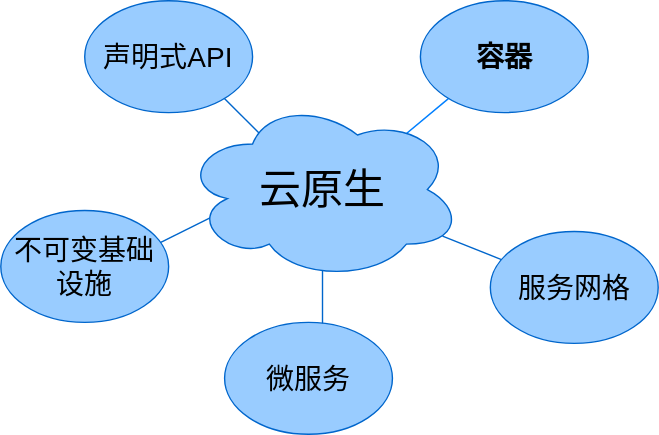
Above: test/未命名绘图.drawio.svg in YunZh1Jun/tmp (draw.io), before the change. Source tidied: cells renumbered, new cells last; positions are measured from the earlier drawing's top-left corner, leaving out a move shared by most shapes. Source of this version:
```xml
<mxGraphModel>
  <root>
    <mxCell id="0" />
    <mxCell id="1" parent="0" />
    <mxCell id="2" style="endArrow=none;html=1;rounded=0;strokeColor=#007FFF;" parent="1" edge="1">
      <mxGeometry relative="1" as="geometry">
        <mxPoint x="260" y="120" as="sourcePoint" />
        <mxPoint x="320" y="70" as="targetPoint" />
      </mxGeometry>
    </mxCell>
    <mxCell id="3" style="endArrow=none;html=1;rounded=0;strokeColor=#0066CC;" parent="1" edge="1">
      <mxGeometry relative="1" as="geometry">
        <mxPoint x="190" y="100" as="sourcePoint" />
        <mxPoint x="140" y="50" as="targetPoint" />
      </mxGeometry>
    </mxCell>
    <mxCell id="4" style="endArrow=none;html=1;rounded=0;strokeColor=#0066CC;" parent="1" edge="1">
      <mxGeometry relative="1" as="geometry">
        <mxPoint x="100" y="180" as="sourcePoint" />
        <mxPoint x="160" y="150" as="targetPoint" />
      </mxGeometry>
    </mxCell>
    <mxCell id="5" style="endArrow=none;html=1;rounded=0;strokeColor=#0066CC;" parent="1" edge="1">
      <mxGeometry relative="1" as="geometry">
        <mxPoint x="230" y="240" as="sourcePoint" />
        <mxPoint x="230" y="190" as="targetPoint" />
      </mxGeometry>
    </mxCell>
    <mxCell id="6" style="endArrow=none;html=1;rounded=0;strokeColor=#0066CC;" parent="1" edge="1" source="12" target="8">
      <mxGeometry relative="1" as="geometry" />
    </mxCell>
    <mxCell id="7" value="&lt;font style=&quot;font-size: 20px;&quot;&gt;声明式API&lt;/font&gt;" style="ellipse;whiteSpace=wrap;html=1;fillColor=#99CCFF;strokeColor=#0066CC;" parent="1" vertex="1">
      <mxGeometry x="60" width="120" height="80" as="geometry" />
    </mxCell>
    <mxCell id="8" value="&lt;font style=&quot;font-size: 30px;&quot;&gt;云原生&lt;/font&gt;" style="ellipse;shape=cloud;whiteSpace=wrap;html=1;fillColor=#99CCFF;strokeColor=#0066CC;" parent="1" vertex="1">
      <mxGeometry x="130" y="70" width="200" height="130" as="geometry" />
    </mxCell>
    <mxCell id="9" value="&lt;font style=&quot;font-size: 20px;&quot;&gt;不可变基础设施&lt;/font&gt;" style="ellipse;whiteSpace=wrap;html=1;fillColor=#99CCFF;strokeColor=#0066CC;" parent="1" vertex="1">
      <mxGeometry y="150" width="120" height="80" as="geometry" />
    </mxCell>
    <mxCell id="10" value="&lt;font style=&quot;font-size: 20px;&quot;&gt;&lt;b&gt;容器&lt;/b&gt;&lt;/font&gt;" style="ellipse;whiteSpace=wrap;html=1;fillColor=#99CCFF;strokeColor=#0066CC;" parent="1" vertex="1">
      <mxGeometry x="300" width="120" height="80" as="geometry" />
    </mxCell>
    <mxCell id="11" value="&lt;font style=&quot;font-size: 20px;&quot;&gt;微服务&lt;/font&gt;" style="ellipse;whiteSpace=wrap;html=1;fillColor=#99CCFF;strokeColor=#0066CC;" parent="1" vertex="1">
      <mxGeometry x="160" y="230" width="120" height="80" as="geometry" />
    </mxCell>
    <mxCell id="12" value="&lt;font style=&quot;font-size: 20px;&quot;&gt;服务网格&lt;/font&gt;" style="ellipse;whiteSpace=wrap;html=1;strokeColor=#0066CC;fillColor=#99CCFF;" parent="1" vertex="1">
      <mxGeometry x="350" y="165" width="120" height="80" as="geometry" />
    </mxCell>
  </root>
</mxGraphModel>
```
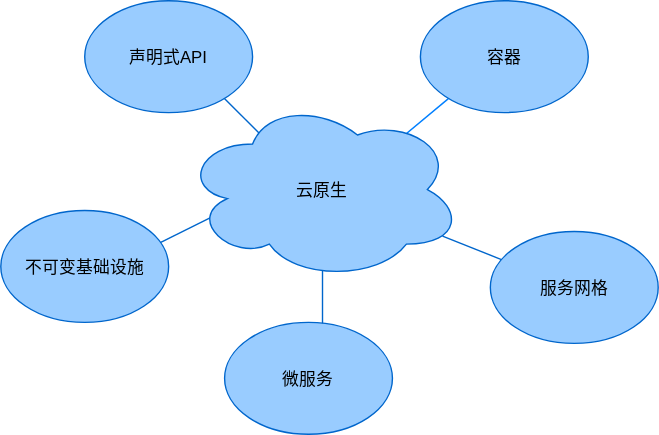
After the commit.

Commit message:
更新未命名绘图.drawio.svg

Change to the diagram source:
```diff
@@ -2,49 +2,49 @@
   <root>
     <mxCell id="0" />
     <mxCell id="1" parent="0" />
-    <mxCell id="2" style="endArrow=none;html=1;rounded=0;strokeColor=#007FFF;" parent="1" edge="1">
+    <mxCell id="2" style="endArrow=none;rounded=0;strokeColor=#007FFF;" parent="1" edge="1">
       <mxGeometry relative="1" as="geometry">
         <mxPoint x="260" y="120" as="sourcePoint" />
         <mxPoint x="320" y="70" as="targetPoint" />
       </mxGeometry>
     </mxCell>
-    <mxCell id="3" style="endArrow=none;html=1;rounded=0;strokeColor=#0066CC;" parent="1" edge="1">
+    <mxCell id="3" style="endArrow=none;rounded=0;strokeColor=#0066CC;" parent="1" edge="1">
       <mxGeometry relative="1" as="geometry">
         <mxPoint x="190" y="100" as="sourcePoint" />
         <mxPoint x="140" y="50" as="targetPoint" />
       </mxGeometry>
     </mxCell>
-    <mxCell id="4" style="endArrow=none;html=1;rounded=0;strokeColor=#0066CC;" parent="1" edge="1">
+    <mxCell id="4" style="endArrow=none;rounded=0;strokeColor=#0066CC;" parent="1" edge="1">
       <mxGeometry relative="1" as="geometry">
         <mxPoint x="100" y="180" as="sourcePoint" />
         <mxPoint x="160" y="150" as="targetPoint" />
       </mxGeometry>
     </mxCell>
-    <mxCell id="5" style="endArrow=none;html=1;rounded=0;strokeColor=#0066CC;" parent="1" edge="1">
+    <mxCell id="5" style="endArrow=none;rounded=0;strokeColor=#0066CC;" parent="1" edge="1">
       <mxGeometry relative="1" as="geometry">
         <mxPoint x="230" y="240" as="sourcePoint" />
         <mxPoint x="230" y="190" as="targetPoint" />
       </mxGeometry>
     </mxCell>
-    <mxCell id="6" style="endArrow=none;html=1;rounded=0;strokeColor=#0066CC;" parent="1" edge="1" source="12" target="8">
+    <mxCell id="6" style="endArrow=none;rounded=0;strokeColor=#0066CC;" parent="1" edge="1" source="12" target="8">
       <mxGeometry relative="1" as="geometry" />
     </mxCell>
-    <mxCell id="7" value="&lt;font style=&quot;font-size: 20px;&quot;&gt;声明式API&lt;/font&gt;" style="ellipse;whiteSpace=wrap;html=1;fillColor=#99CCFF;strokeColor=#0066CC;" parent="1" vertex="1">
+    <mxCell id="7" value="声明式API" style="ellipse;fillColor=#99CCFF;strokeColor=#0066CC;" parent="1" vertex="1">
       <mxGeometry x="60" width="120" height="80" as="geometry" />
     </mxCell>
-    <mxCell id="8" value="&lt;font style=&quot;font-size: 30px;&quot;&gt;云原生&lt;/font&gt;" style="ellipse;shape=cloud;whiteSpace=wrap;html=1;fillColor=#99CCFF;strokeColor=#0066CC;" parent="1" vertex="1">
+    <mxCell id="8" value="云原生" style="ellipse;shape=cloud;fillColor=#99CCFF;strokeColor=#0066CC;" parent="1" vertex="1">
       <mxGeometry x="130" y="70" width="200" height="130" as="geometry" />
     </mxCell>
-    <mxCell id="9" value="&lt;font style=&quot;font-size: 20px;&quot;&gt;不可变基础设施&lt;/font&gt;" style="ellipse;whiteSpace=wrap;html=1;fillColor=#99CCFF;strokeColor=#0066CC;" parent="1" vertex="1">
+    <mxCell id="9" value="不可变基础设施" style="ellipse;fillColor=#99CCFF;strokeColor=#0066CC;" parent="1" vertex="1">
       <mxGeometry y="150" width="120" height="80" as="geometry" />
     </mxCell>
-    <mxCell id="10" value="&lt;font style=&quot;font-size: 20px;&quot;&gt;&lt;b&gt;容器&lt;/b&gt;&lt;/font&gt;" style="ellipse;whiteSpace=wrap;html=1;fillColor=#99CCFF;strokeColor=#0066CC;" parent="1" vertex="1">
+    <mxCell id="10" value="容器" style="ellipse;fillColor=#99CCFF;strokeColor=#0066CC;" parent="1" vertex="1">
       <mxGeometry x="300" width="120" height="80" as="geometry" />
     </mxCell>
-    <mxCell id="11" value="&lt;font style=&quot;font-size: 20px;&quot;&gt;微服务&lt;/font&gt;" style="ellipse;whiteSpace=wrap;html=1;fillColor=#99CCFF;strokeColor=#0066CC;" parent="1" vertex="1">
+    <mxCell id="11" value="微服务" style="ellipse;fillColor=#99CCFF;strokeColor=#0066CC;" parent="1" vertex="1">
       <mxGeometry x="160" y="230" width="120" height="80" as="geometry" />
     </mxCell>
-    <mxCell id="12" value="&lt;font style=&quot;font-size: 20px;&quot;&gt;服务网格&lt;/font&gt;" style="ellipse;whiteSpace=wrap;html=1;strokeColor=#0066CC;fillColor=#99CCFF;" parent="1" vertex="1">
+    <mxCell id="12" value="服务网格" style="ellipse;strokeColor=#0066CC;fillColor=#99CCFF;" parent="1" vertex="1">
       <mxGeometry x="350" y="165" width="120" height="80" as="geometry" />
     </mxCell>
   </root>
```
